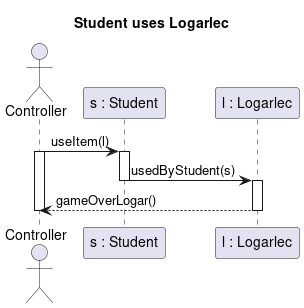
The PlantUML diagram out/Reko/gameOver_logarlec/Student uses Logarlec.png in MBakter/echo, before a commit. Source of this version:
```plantuml
@startuml Student uses Logarlec
title Student uses Logarlec

actor Controller as C
participant "s : Student" as s
participant "l : Logarlec" as l

C -> s : useItem(l)
Activate C
Activate s
s -> l : usedByStudent(s)
Deactivate s
Activate l
l --> C : gameOverLogar()
Deactivate l
Deactivate C

@enduml
```
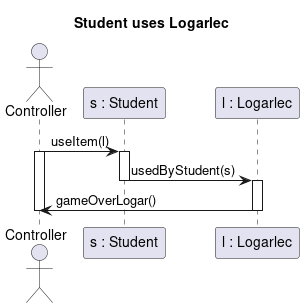
Later version of the same file.

What changed in the source:
```diff
@@ -11,7 +11,7 @@
 s -> l : usedByStudent(s)
 Deactivate s
 Activate l
-l --> C : gameOverLogar()
+l -> C : gameOverLogar()
 Deactivate l
 Deactivate C
 
```
